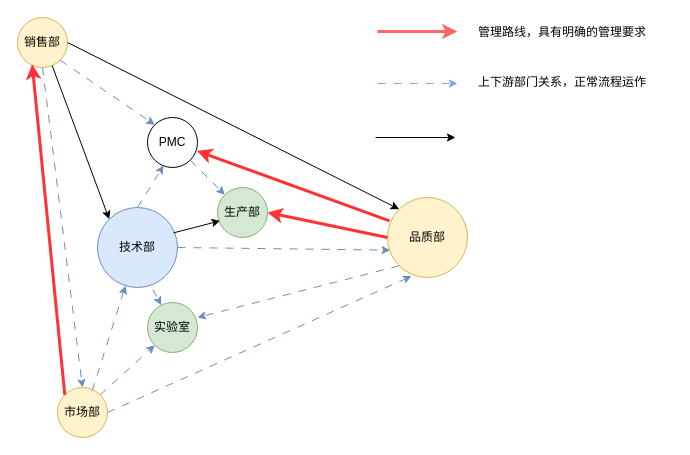
Earlier version of the draw.io diagram build/部门关系.drawio (manson-yu/desktop-app). Source tidied: cells renumbered, new cells numbered last; positions are measured from the earlier drawing's top-left corner, leaving out a move shared by most shapes. Both pictures are drawn from the tidied source at 100%, with x=0, y=0 at pixel (17, 17).
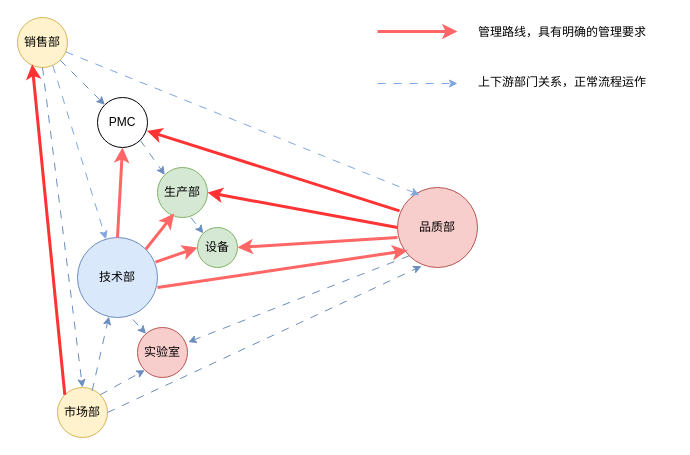
Above is the later version.

Commit message:
更新部门关系.drawio

The change refers to these unchanged cells:
```xml
<mxCell id="2" value="销售部" style="ellipse;whiteSpace=wrap;html=1;fillColor=#fff2cc;strokeColor=#d6b656;" parent="1" vertex="1">
  <mxGeometry width="50" height="50" as="geometry" />
</mxCell>
```

Change to the diagram source:
```diff
@@
     <mxCell id="3" value="技术部" style="ellipse;whiteSpace=wrap;html=1;fillColor=#dae8fc;strokeColor=#6c8ebf;" parent="1" vertex="1">
-      <mxGeometry x="80" y="190" width="80" height="80" as="geometry" />
+      <mxGeometry x="60" y="220" width="80" height="80" as="geometry" />
     </mxCell>
-    <mxCell id="4" value="实验室" style="ellipse;whiteSpace=wrap;html=1;fillColor=#d5e8d4;strokeColor=#82b366;" parent="1" vertex="1">
-      <mxGeometry x="130" y="285" width="50" height="50" as="geometry" />
+    <mxCell id="4" value="实验室" style="ellipse;whiteSpace=wrap;html=1;fillColor=#f8cecc;strokeColor=#b85450;" parent="1" vertex="1">
+      <mxGeometry x="120" y="310" width="50" height="50" as="geometry" />
     </mxCell>
@@
     <mxCell id="6" value="生产部" style="ellipse;whiteSpace=wrap;html=1;fillColor=#d5e8d4;strokeColor=#82b366;" parent="1" vertex="1">
-      <mxGeometry x="200" y="170" width="50" height="50" as="geometry" />
+      <mxGeometry x="140" y="150" width="50" height="50" as="geometry" />
     </mxCell>
-    <mxCell id="7" value="品质部" style="ellipse;whiteSpace=wrap;html=1;fillColor=#fff2cc;strokeColor=#d6b656;" parent="1" vertex="1">
-      <mxGeometry x="370" y="180" width="80" height="80" as="geometry" />
+    <mxCell id="7" value="品质部" style="ellipse;whiteSpace=wrap;html=1;fillColor=#f8cecc;strokeColor=#b85450;" parent="1" vertex="1">
+      <mxGeometry x="380" y="170" width="80" height="80" as="geometry" />
     </mxCell>
     <mxCell id="8" value="PMC" style="ellipse;whiteSpace=wrap;html=1;" parent="1" vertex="1">
-      <mxGeometry x="130" y="100" width="50" height="50" as="geometry" />
+      <mxGeometry x="80" y="80" width="50" height="50" as="geometry" />
     </mxCell>
-    <mxCell id="9" style="endArrow=classic;html=1;rounded=0;exitX=0.693;exitY=0.96;exitDx=0;exitDy=0;exitPerimeter=0;entryX=0;entryY=0;entryDx=0;entryDy=0;" parent="1" edge="1" source="2" target="3">
-      <mxGeometry relative="1" as="geometry" />
-    </mxCell>
-    <mxCell id="10" style="endArrow=classic;html=1;rounded=0;entryX=0;entryY=0;entryDx=0;entryDy=0;exitX=1;exitY=0.5;exitDx=0;exitDy=0;" parent="1" edge="1" source="2" target="7">
-      <mxGeometry relative="1" as="geometry" />
-    </mxCell>
-    <mxCell id="11" style="endArrow=classic;html=1;rounded=0;entryX=0.053;entryY=0.667;entryDx=0;entryDy=0;exitX=0.95;exitY=0.317;exitDx=0;exitDy=0;exitPerimeter=0;entryPerimeter=0;" parent="1" edge="1" source="3" target="6">
-      <mxGeometry relative="1" as="geometry" />
-    </mxCell>
-    <mxCell id="12" style="endArrow=classic;html=1;rounded=0;entryX=0.033;entryY=0.658;entryDx=0;entryDy=0;exitX=1;exitY=0.5;exitDx=0;exitDy=0;entryPerimeter=0;dashed=1;dashPattern=8 8;fillColor=#dae8fc;strokeColor=#6c8ebf;" parent="1" edge="1" source="3" target="7">
-      <mxGeometry relative="1" as="geometry" />
-    </mxCell>
@@
-    <mxCell id="15" style="endArrow=classic;html=1;rounded=0;exitX=0;exitY=1;exitDx=0;exitDy=0;dashed=1;dashPattern=8 8;fillColor=#dae8fc;strokeColor=#6c8ebf;" parent="1" edge="1" source="7">
-      <mxGeometry relative="1" as="geometry">
-        <mxPoint x="180" y="300" as="targetPoint" />
-      </mxGeometry>
+    <mxCell id="15" style="endArrow=classic;html=1;rounded=0;exitX=0;exitY=1;exitDx=0;exitDy=0;dashed=1;dashPattern=8 8;fillColor=#dae8fc;strokeColor=#6c8ebf;entryX=1.013;entryY=0.293;entryDx=0;entryDy=0;entryPerimeter=0;" parent="1" edge="1" source="7" target="4">
+      <mxGeometry relative="1" as="geometry" />
     </mxCell>
-    <mxCell id="16" style="endArrow=classic;html=1;rounded=0;entryX=0.32;entryY=0.96;entryDx=0;entryDy=0;entryPerimeter=0;exitX=0.5;exitY=0;exitDx=0;exitDy=0;dashed=1;dashPattern=8 8;fillColor=#dae8fc;strokeColor=#6c8ebf;" parent="1" edge="1" source="3" target="8">
-      <mxGeometry relative="1" as="geometry" />
-    </mxCell>
@@
-    <mxCell id="27" style="endArrow=classic;html=1;rounded=0;" parent="1" edge="1">
-      <mxGeometry relative="1" as="geometry">
-        <mxPoint x="358" y="120" as="sourcePoint" />
-        <mxPoint x="438" y="120" as="targetPoint" />
-      </mxGeometry>
-    </mxCell>
@@
+    <mxCell id="30" value="设备" style="ellipse;whiteSpace=wrap;html=1;fillColor=#d5e8d4;strokeColor=#82b366;" parent="1" vertex="1">
+      <mxGeometry x="180" y="210" width="40" height="40" as="geometry" />
+    </mxCell>
+    <mxCell id="31" style="endArrow=classic;html=1;rounded=0;strokeColor=#FF6666;strokeWidth=3;" parent="1" edge="1">
+      <mxGeometry relative="1" as="geometry">
+        <mxPoint x="140" y="270" as="sourcePoint" />
+        <mxPoint x="390" y="233" as="targetPoint" />
+      </mxGeometry>
+    </mxCell>
+    <mxCell id="32" style="endArrow=classic;html=1;rounded=0;strokeColor=#FF6666;strokeWidth=3;entryX=1;entryY=0.5;entryDx=0;entryDy=0;" parent="1" edge="1" target="30">
+      <mxGeometry relative="1" as="geometry">
+        <mxPoint x="380" y="220" as="sourcePoint" />
+      </mxGeometry>
+    </mxCell>
+    <mxCell id="33" style="endArrow=classic;html=1;rounded=0;strokeColor=#FF6666;strokeWidth=3;entryX=0;entryY=0.5;entryDx=0;entryDy=0;exitX=0.975;exitY=0.308;exitDx=0;exitDy=0;exitPerimeter=0;" parent="1" edge="1" source="3" target="30">
+      <mxGeometry relative="1" as="geometry" />
+    </mxCell>
+    <mxCell id="34" style="endArrow=classic;html=1;rounded=0;entryX=0;entryY=0;entryDx=0;entryDy=0;exitX=0.667;exitY=1;exitDx=0;exitDy=0;dashed=1;dashPattern=8 8;fillColor=#dae8fc;strokeColor=#6c8ebf;exitPerimeter=0;" parent="1" edge="1" source="6" target="30">
+      <mxGeometry relative="1" as="geometry" />
+    </mxCell>
+    <mxCell id="11" style="endArrow=classic;html=1;rounded=0;strokeColor=#FF6666;strokeWidth=3;entryX=0.333;entryY=0.92;entryDx=0;entryDy=0;exitX=1;exitY=0;exitDx=0;exitDy=0;entryPerimeter=0;" parent="1" edge="1" source="3" target="6">
+      <mxGeometry relative="1" as="geometry" />
+    </mxCell>
+    <mxCell id="16" style="endArrow=classic;html=1;rounded=0;strokeColor=#FF6666;strokeWidth=3;entryX=0.5;entryY=1;entryDx=0;entryDy=0;exitX=0.5;exitY=0;exitDx=0;exitDy=0;" parent="1" edge="1" source="3" target="8">
+      <mxGeometry relative="1" as="geometry" />
+    </mxCell>
+    <mxCell id="9" style="endArrow=classic;html=1;rounded=0;dashed=1;dashPattern=8 8;strokeColor=#7EA6E0;exitX=0.707;exitY=0.96;exitDx=0;exitDy=0;exitPerimeter=0;" parent="1" edge="1" source="2" target="3">
+      <mxGeometry relative="1" as="geometry" />
+    </mxCell>
+    <mxCell id="10" style="endArrow=classic;html=1;rounded=0;dashed=1;dashPattern=8 8;strokeColor=#7EA6E0;entryX=0.275;entryY=0.092;entryDx=0;entryDy=0;entryPerimeter=0;" parent="1" edge="1" source="2" target="7">
+      <mxGeometry relative="1" as="geometry" />
+    </mxCell>
```
